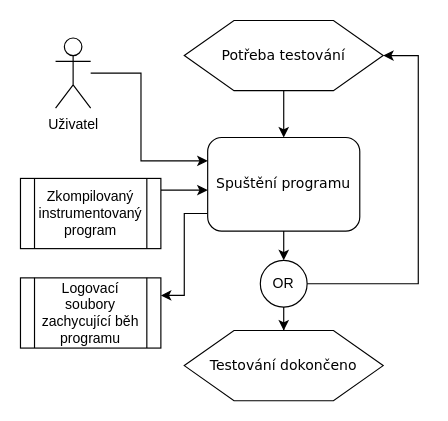
Earlier version of the draw.io diagram epc_test.drawio (petkapou/DIP_diagrams). Source tidied: cells renumbered, new cells numbered last; positions are measured from the earlier drawing's top-left corner, leaving out a move shared by most shapes. Both pictures are drawn from the tidied source at 117%, with x=0, y=0 at pixel (20, 20).
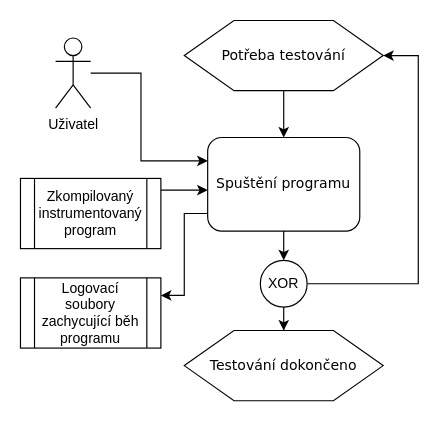
After the change.

Change to the diagram source:
```diff
@@
-    <mxCell id="15" value="OR" style="ellipse;whiteSpace=wrap;html=1;" parent="1" vertex="1">
+    <mxCell id="15" value="XOR" style="ellipse;whiteSpace=wrap;html=1;" parent="1" vertex="1">
       <mxGeometry x="205" y="205" width="40" height="40" as="geometry" />
     </mxCell>
```
